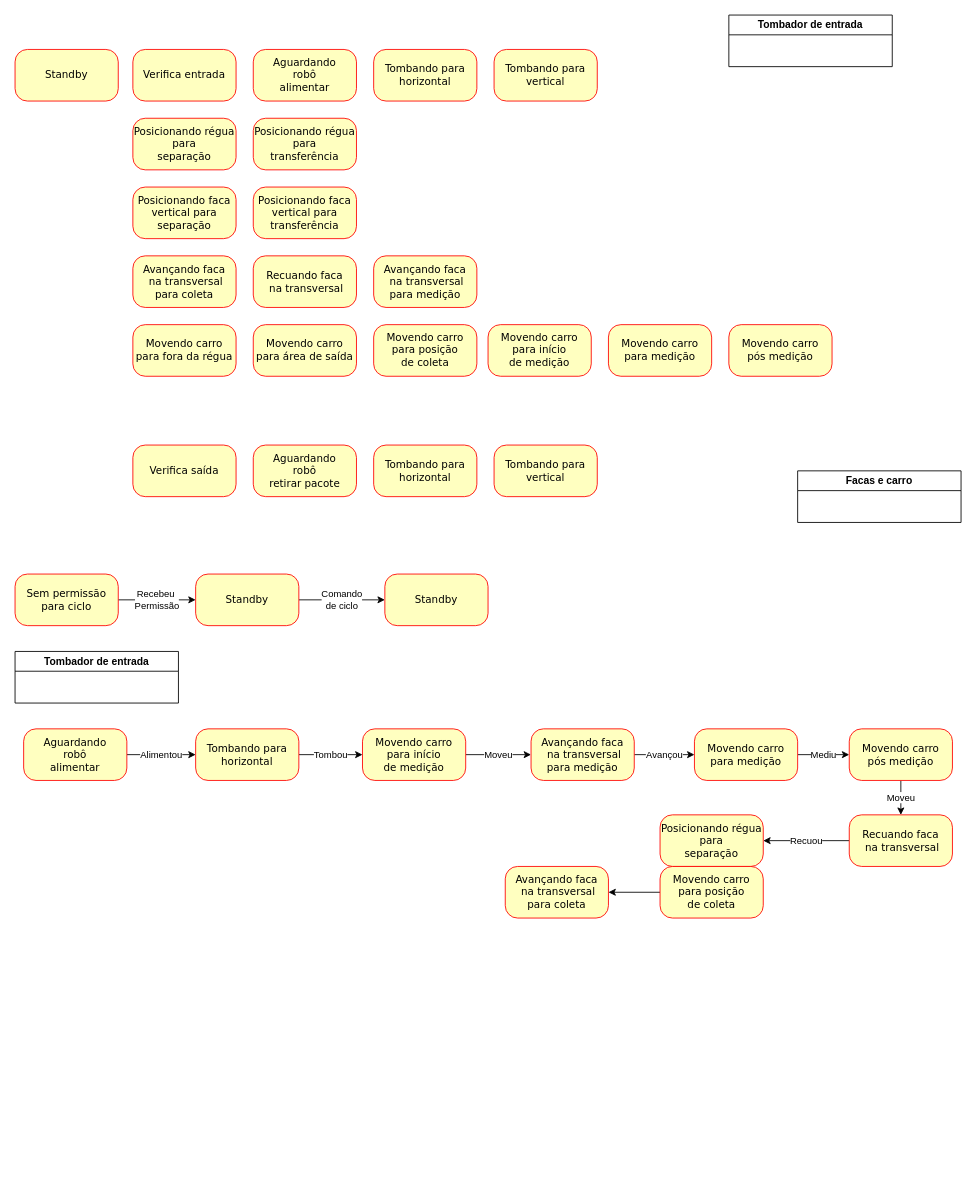
Before: page "Auto separacao" (4 of 5) of G33_SepararPacotes_M05766.drawio in JonanMuller/WEGDiagrams, a draw.io diagram. Source tidied: cells renumbered, new cells numbered last; positions are measured from the earlier drawing's top-left corner, leaving out a move shared by most shapes. Both pictures are drawn from the tidied source at 86%, with x=0, y=0 at pixel (15, 15).
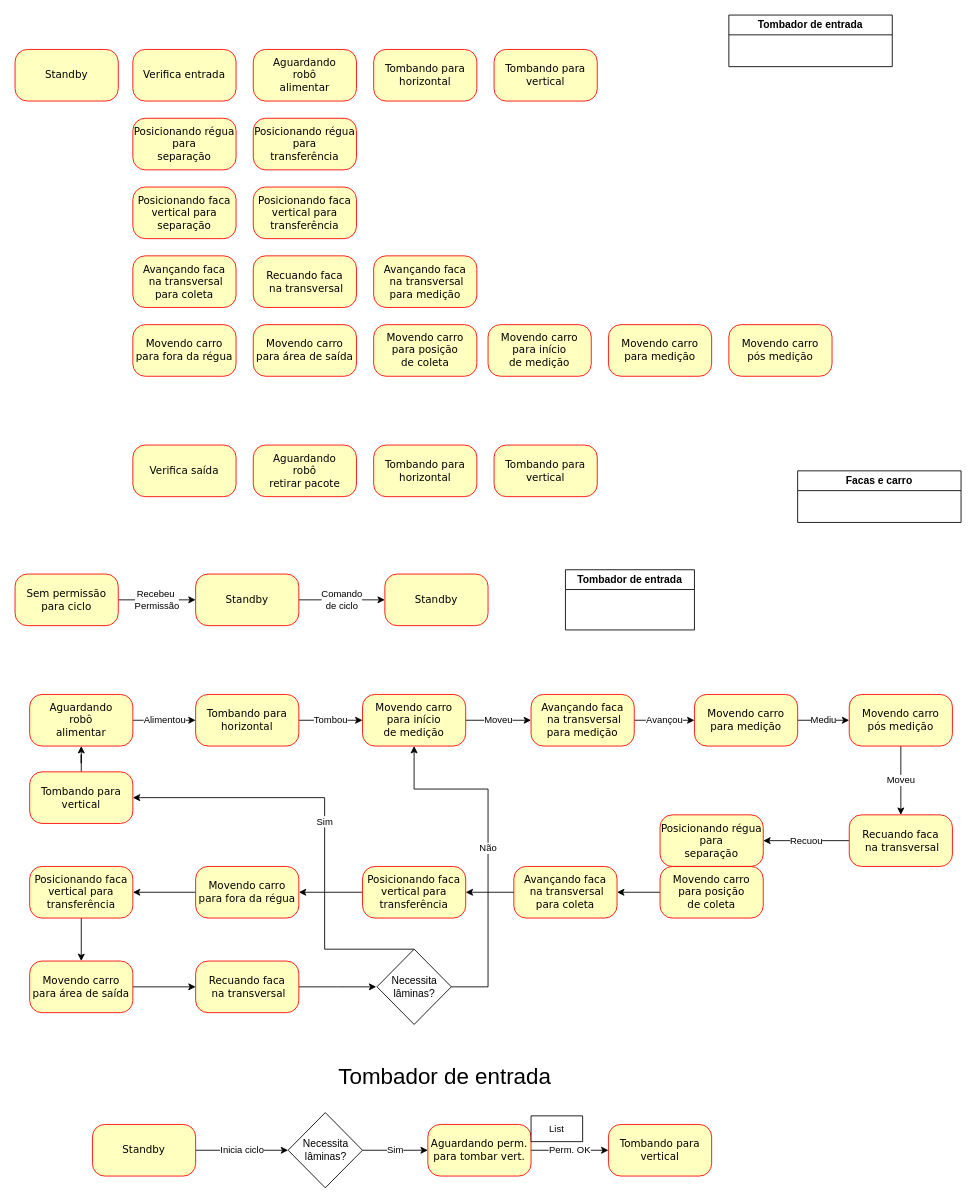
Above is the later version.

The edit, as a diff of the source:
```diff
@@
     <mxCell id="31" value="Tombador de entrada" style="swimlane;whiteSpace=wrap;html=1;" parent="1" vertex="1">
-      <mxGeometry y="740" width="190" height="60" as="geometry" />
+      <mxGeometry x="640" y="645" width="150" height="70" as="geometry" />
     </mxCell>
@@
     <mxCell id="33" value="Aguardando&lt;br&gt;robô&lt;br&gt;alimentar" style="rounded=1;whiteSpace=wrap;html=1;arcSize=24;fillColor=#ffffc0;strokeColor=#ff0000;shadow=0;comic=0;labelBackgroundColor=none;fontFamily=Verdana;fontSize=12;fontColor=#000000;align=center;" parent="1" vertex="1">
-      <mxGeometry x="10" y="830" width="120" height="60" as="geometry" />
+      <mxGeometry x="17" y="790" width="120" height="60" as="geometry" />
     </mxCell>
@@
     <mxCell id="35" value="Tombando para&lt;br&gt;horizontal" style="rounded=1;whiteSpace=wrap;html=1;arcSize=24;fillColor=#ffffc0;strokeColor=#ff0000;shadow=0;comic=0;labelBackgroundColor=none;fontFamily=Verdana;fontSize=12;fontColor=#000000;align=center;" parent="1" vertex="1">
-      <mxGeometry x="210" y="830" width="120" height="60" as="geometry" />
+      <mxGeometry x="210" y="790" width="120" height="60" as="geometry" />
     </mxCell>
@@
     <mxCell id="37" value="Movendo carro para início&lt;br&gt;de medição" style="rounded=1;whiteSpace=wrap;html=1;arcSize=24;fillColor=#ffffc0;strokeColor=#ff0000;shadow=0;comic=0;labelBackgroundColor=none;fontFamily=Verdana;fontSize=12;fontColor=#000000;align=center;" parent="1" vertex="1">
-      <mxGeometry x="404" y="830" width="120" height="60" as="geometry" />
+      <mxGeometry x="404" y="790" width="120" height="60" as="geometry" />
     </mxCell>
@@
     <mxCell id="39" value="Avançando faca&lt;br&gt;&amp;nbsp;na transversal&lt;br&gt;para medição" style="rounded=1;whiteSpace=wrap;html=1;arcSize=24;fillColor=#ffffc0;strokeColor=#ff0000;shadow=0;comic=0;labelBackgroundColor=none;fontFamily=Verdana;fontSize=12;fontColor=#000000;align=center;" parent="1" vertex="1">
-      <mxGeometry x="600" y="830" width="120" height="60" as="geometry" />
+      <mxGeometry x="600" y="790" width="120" height="60" as="geometry" />
     </mxCell>
@@
     <mxCell id="41" value="Movendo carro para medição" style="rounded=1;whiteSpace=wrap;html=1;arcSize=24;fillColor=#ffffc0;strokeColor=#ff0000;shadow=0;comic=0;labelBackgroundColor=none;fontFamily=Verdana;fontSize=12;fontColor=#000000;align=center;" parent="1" vertex="1">
-      <mxGeometry x="790" y="830" width="120" height="60" as="geometry" />
+      <mxGeometry x="790" y="790" width="120" height="60" as="geometry" />
     </mxCell>
@@
     <mxCell id="43" value="Movendo carro&lt;br&gt;pós medição" style="rounded=1;whiteSpace=wrap;html=1;arcSize=24;fillColor=#ffffc0;strokeColor=#ff0000;shadow=0;comic=0;labelBackgroundColor=none;fontFamily=Verdana;fontSize=12;fontColor=#000000;align=center;" parent="1" vertex="1">
-      <mxGeometry x="970" y="830" width="120" height="60" as="geometry" />
+      <mxGeometry x="970" y="790" width="120" height="60" as="geometry" />
     </mxCell>
@@
+    <mxCell id="50" style="edgeStyle=orthogonalEdgeStyle;rounded=0;jettySize=auto;html=1;" parent="1" edge="1" source="49" target="52">
+      <mxGeometry relative="1" as="geometry" />
+    </mxCell>
     <mxCell id="49" value="Avançando faca&lt;br&gt;&amp;nbsp;na transversal&lt;br&gt;para coleta" style="rounded=1;whiteSpace=wrap;html=1;arcSize=24;fillColor=#ffffc0;strokeColor=#ff0000;shadow=0;comic=0;labelBackgroundColor=none;fontFamily=Verdana;fontSize=12;fontColor=#000000;align=center;" parent="1" vertex="1">
-      <mxGeometry x="570" y="990" width="120" height="60" as="geometry" />
+      <mxGeometry x="580" y="990" width="120" height="60" as="geometry" />
     </mxCell>
+    <mxCell id="51" style="edgeStyle=orthogonalEdgeStyle;rounded=0;jettySize=auto;html=1;" parent="1" edge="1" source="52" target="54">
+      <mxGeometry relative="1" as="geometry" />
+    </mxCell>
+    <mxCell id="52" value="Posicionando faca&lt;br&gt;vertical para&lt;br&gt;transferência" style="rounded=1;whiteSpace=wrap;html=1;arcSize=24;fillColor=#ffffc0;strokeColor=#ff0000;shadow=0;comic=0;labelBackgroundColor=none;fontFamily=Verdana;fontSize=12;fontColor=#000000;align=center;" parent="1" vertex="1">
+      <mxGeometry x="404" y="990" width="120" height="60" as="geometry" />
+    </mxCell>
+    <mxCell id="53" style="edgeStyle=orthogonalEdgeStyle;rounded=0;jettySize=auto;html=1;" parent="1" edge="1" source="54" target="56">
+      <mxGeometry relative="1" as="geometry" />
+    </mxCell>
+    <mxCell id="54" value="Movendo carro para fora da régua" style="rounded=1;whiteSpace=wrap;html=1;arcSize=24;fillColor=#ffffc0;strokeColor=#ff0000;shadow=0;comic=0;labelBackgroundColor=none;fontFamily=Verdana;fontSize=12;fontColor=#000000;align=center;" parent="1" vertex="1">
+      <mxGeometry x="210" y="990" width="120" height="60" as="geometry" />
+    </mxCell>
+    <mxCell id="55" style="edgeStyle=orthogonalEdgeStyle;rounded=0;jettySize=auto;html=1;" parent="1" edge="1" source="56" target="58">
+      <mxGeometry relative="1" as="geometry" />
+    </mxCell>
+    <mxCell id="56" value="Posicionando faca&lt;br&gt;vertical para&lt;br&gt;transferência" style="rounded=1;whiteSpace=wrap;html=1;arcSize=24;fillColor=#ffffc0;strokeColor=#ff0000;shadow=0;comic=0;labelBackgroundColor=none;fontFamily=Verdana;fontSize=12;fontColor=#000000;align=center;" parent="1" vertex="1">
+      <mxGeometry x="17" y="990" width="120" height="60" as="geometry" />
+    </mxCell>
+    <mxCell id="57" style="edgeStyle=orthogonalEdgeStyle;rounded=0;jettySize=auto;html=1;" parent="1" edge="1" source="58" target="60">
+      <mxGeometry relative="1" as="geometry" />
+    </mxCell>
+    <mxCell id="58" value="Movendo carro para área de saída" style="rounded=1;whiteSpace=wrap;html=1;arcSize=24;fillColor=#ffffc0;strokeColor=#ff0000;shadow=0;comic=0;labelBackgroundColor=none;fontFamily=Verdana;fontSize=12;fontColor=#000000;align=center;" parent="1" vertex="1">
+      <mxGeometry x="17" y="1100" width="120" height="60" as="geometry" />
+    </mxCell>
+    <mxCell id="59" style="edgeStyle=orthogonalEdgeStyle;rounded=0;jettySize=auto;html=1;" parent="1" edge="1" source="60">
+      <mxGeometry relative="1" as="geometry">
+        <mxPoint x="420" y="1130" as="targetPoint" />
+      </mxGeometry>
+    </mxCell>
+    <mxCell id="60" value="Recuando faca&lt;br style=&quot;border-color: var(--border-color);&quot;&gt;&amp;nbsp;na transversal" style="rounded=1;whiteSpace=wrap;html=1;arcSize=24;fillColor=#ffffc0;strokeColor=#ff0000;shadow=0;comic=0;labelBackgroundColor=none;fontFamily=Verdana;fontSize=12;fontColor=#000000;align=center;" parent="1" vertex="1">
+      <mxGeometry x="210" y="1100" width="120" height="60" as="geometry" />
+    </mxCell>
+    <mxCell id="61" value="Não" style="edgeStyle=orthogonalEdgeStyle;rounded=0;jettySize=auto;html=1;entryX=0.5;entryY=1;entryDx=0;entryDy=0;" parent="1" edge="1" source="63" target="37">
+      <mxGeometry relative="1" as="geometry">
+        <Array as="points">
+          <mxPoint x="550" y="1130" />
+          <mxPoint x="550" y="900" />
+          <mxPoint x="464" y="900" />
+        </Array>
+      </mxGeometry>
+    </mxCell>
+    <mxCell id="62" value="Sim" style="edgeStyle=orthogonalEdgeStyle;rounded=0;jettySize=auto;html=1;exitX=0.5;exitY=0;exitDx=0;exitDy=0;entryX=1;entryY=0.5;entryDx=0;entryDy=0;" parent="1" edge="1" source="63" target="65">
+      <mxGeometry relative="1" as="geometry">
+        <Array as="points">
+          <mxPoint x="360" y="1086" />
+          <mxPoint x="360" y="910" />
+        </Array>
+      </mxGeometry>
+    </mxCell>
+    <mxCell id="63" value="Necessita&lt;br&gt;lâminas?" style="rhombus;whiteSpace=wrap;html=1;" parent="1" vertex="1">
+      <mxGeometry x="420.8" y="1086.2" width="86.5" height="87.5" as="geometry" />
+    </mxCell>
+    <mxCell id="64" style="edgeStyle=orthogonalEdgeStyle;rounded=0;jettySize=auto;html=1;" parent="1" edge="1" source="65" target="33">
+      <mxGeometry relative="1" as="geometry" />
+    </mxCell>
+    <mxCell id="65" value="Tombando para&lt;br&gt;vertical" style="rounded=1;whiteSpace=wrap;html=1;arcSize=24;fillColor=#ffffc0;strokeColor=#ff0000;shadow=0;comic=0;labelBackgroundColor=none;fontFamily=Verdana;fontSize=12;fontColor=#000000;align=center;" parent="1" vertex="1">
+      <mxGeometry x="17" y="880" width="120" height="60" as="geometry" />
+    </mxCell>
+    <mxCell id="66" value="&lt;font style=&quot;font-size: 11px;&quot;&gt;Inicia ciclo&lt;/font&gt;" style="edgeStyle=orthogonalEdgeStyle;rounded=0;jettySize=auto;html=1;fontSize=11;" parent="1" edge="1" source="67" target="70">
+      <mxGeometry relative="1" as="geometry" />
+    </mxCell>
+    <mxCell id="67" value="Standby" style="rounded=1;whiteSpace=wrap;html=1;arcSize=24;fillColor=#ffffc0;strokeColor=#ff0000;shadow=0;comic=0;labelBackgroundColor=none;fontFamily=Verdana;fontSize=12;fontColor=#000000;align=center;" parent="1" vertex="1">
+      <mxGeometry x="90" y="1290" width="120" height="60" as="geometry" />
+    </mxCell>
+    <mxCell id="68" value="Tombador de entrada" style="text;html=1;strokeColor=none;fillColor=none;align=center;verticalAlign=middle;whiteSpace=wrap;rounded=0;fontSize=26;" parent="1" vertex="1">
+      <mxGeometry x="300" y="1220" width="400" height="30" as="geometry" />
+    </mxCell>
+    <mxCell id="69" value="Sim" style="edgeStyle=orthogonalEdgeStyle;rounded=0;jettySize=auto;html=1;fontSize=11;" parent="1" edge="1" source="70" target="72">
+      <mxGeometry relative="1" as="geometry" />
+    </mxCell>
+    <mxCell id="70" value="Necessita&lt;br&gt;lâminas?" style="rhombus;whiteSpace=wrap;html=1;" parent="1" vertex="1">
+      <mxGeometry x="317.5" y="1276.2" width="86.5" height="87.5" as="geometry" />
+    </mxCell>
+    <mxCell id="71" value="Perm. OK" style="edgeStyle=orthogonalEdgeStyle;rounded=0;jettySize=auto;html=1;fontSize=11;" parent="1" edge="1" source="72" target="74">
+      <mxGeometry relative="1" as="geometry" />
+    </mxCell>
+    <mxCell id="72" value="Aguardando perm.&lt;br&gt;para tombar vert." style="rounded=1;whiteSpace=wrap;html=1;arcSize=24;fillColor=#ffffc0;strokeColor=#ff0000;shadow=0;comic=0;labelBackgroundColor=none;fontFamily=Verdana;fontSize=12;fontColor=#000000;align=center;" parent="1" vertex="1">
+      <mxGeometry x="480" y="1290" width="120" height="60" as="geometry" />
+    </mxCell>
+    <mxCell id="73" value="List" style="swimlane;fontStyle=0;horizontal=1;startSize=30;whiteSpace=wrap;html=1;fontSize=11;" parent="1" vertex="1" collapsed="1">
+      <mxGeometry x="600" y="1280" width="60" height="30" as="geometry" />
+    </mxCell>
+    <mxCell id="74" value="Tombando para&lt;br&gt;vertical" style="rounded=1;whiteSpace=wrap;html=1;arcSize=24;fillColor=#ffffc0;strokeColor=#ff0000;shadow=0;comic=0;labelBackgroundColor=none;fontFamily=Verdana;fontSize=12;fontColor=#000000;align=center;" parent="1" vertex="1">
+      <mxGeometry x="690" y="1290" width="120" height="60" as="geometry" />
+    </mxCell>
```
